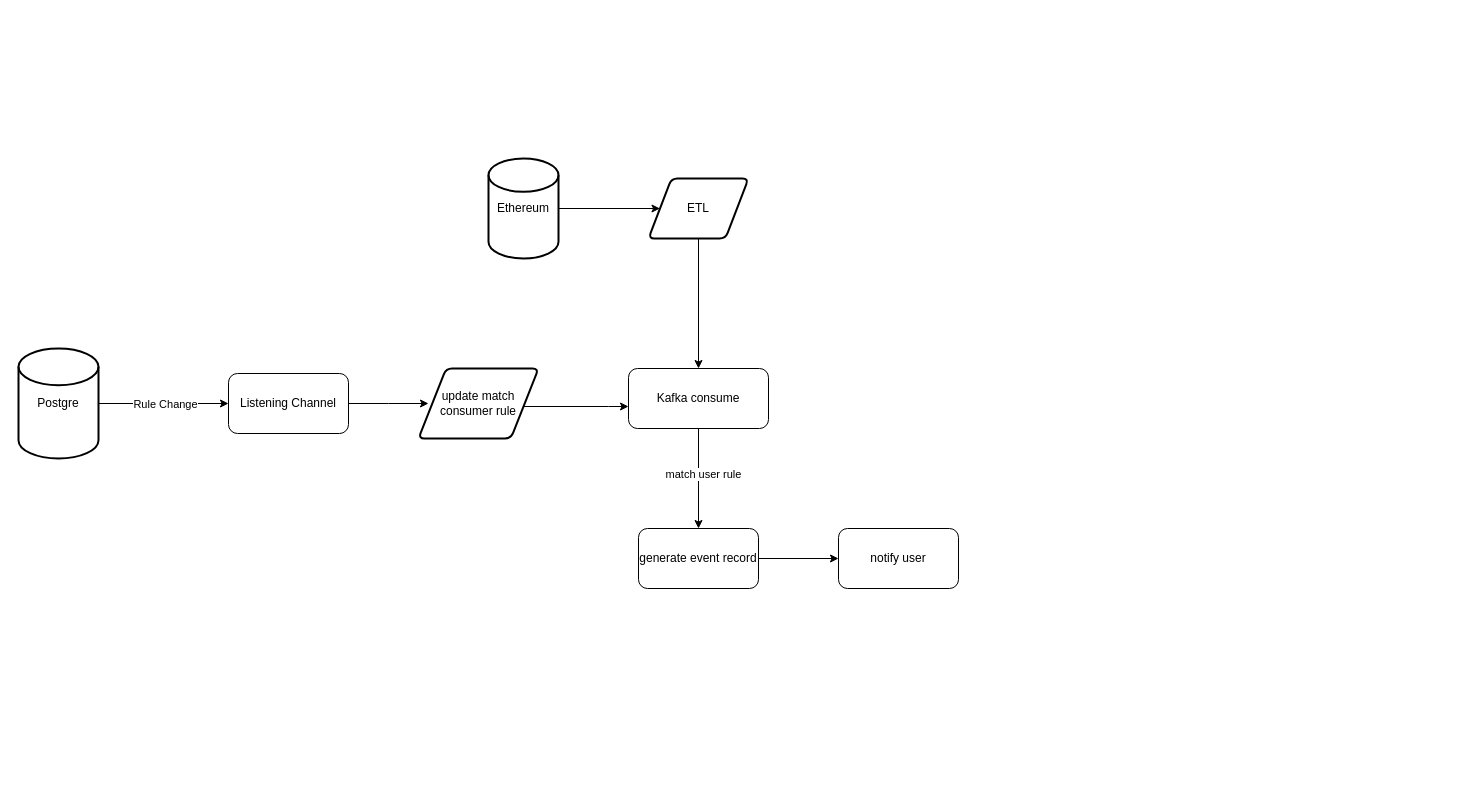
Above: event-listen.drawio in zachary-lzc/diagram (draw.io), before the change. Source tidied: cells renumbered, new cells numbered last; positions are measured from the earlier drawing's top-left corner, leaving out a move shared by most shapes. Both pictures are drawn from the tidied source at 100%, with x=0, y=0 at pixel (18, 158).
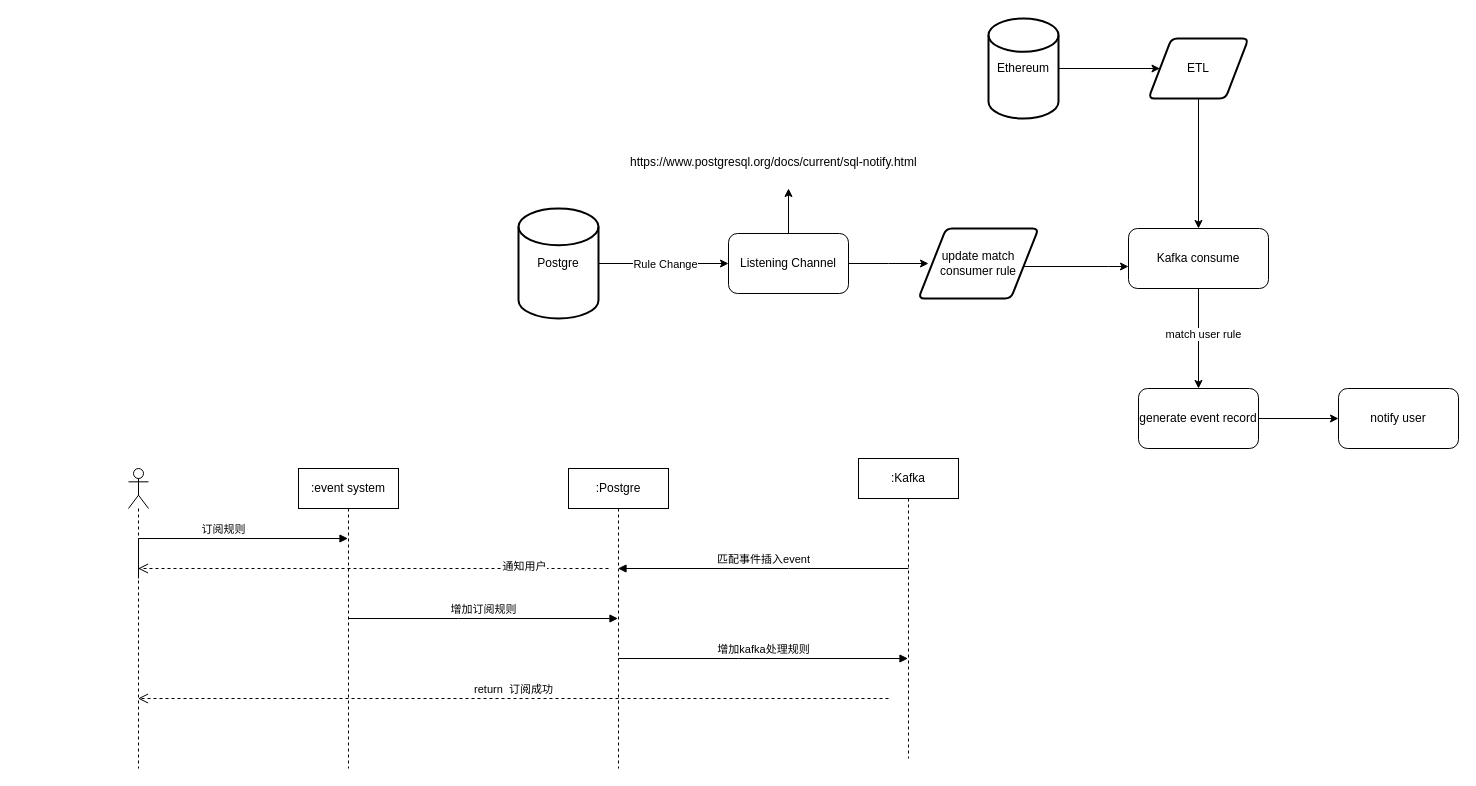
Above is the later version.

The edit, as a diff of the source:
```diff
@@
-    <mxCell id="2" style="edgeStyle=orthogonalEdgeStyle;rounded=0;jettySize=auto;html=1;exitX=1;exitY=0.5;exitDx=0;exitDy=0;exitPerimeter=0;entryX=0;entryY=0.5;entryDx=0;entryDy=0;" parent="1" edge="1" source="4" target="6">
-      <mxGeometry relative="1" as="geometry" />
-    </mxCell>
-    <mxCell id="3" value="Rule Change" style="edgeLabel;html=1;align=center;verticalAlign=middle;" parent="2" vertex="1">
-      <mxGeometry x="0.27" y="-1" relative="1" as="geometry">
-        <mxPoint x="-17" y="-1" as="offset" />
-      </mxGeometry>
-    </mxCell>
+    <mxCell id="7" style="group;" parent="1" vertex="1">
+      <mxGeometry x="470" width="760" height="190" as="geometry" />
+    </mxCell>
+    <mxCell id="20" style="group;" parent="7" vertex="1">
+      <mxGeometry x="500" y="-140" width="260" height="100" as="geometry" />
+    </mxCell>
+    <mxCell id="8" value="Ethereum" style="strokeWidth=2;html=1;shape=mxgraph.flowchart.database;whiteSpace=wrap;" parent="20" vertex="1">
+      <mxGeometry width="70" height="100" as="geometry" />
+    </mxCell>
+    <mxCell id="9" value="ETL" style="shape=parallelogram;html=1;strokeWidth=2;perimeter=parallelogramPerimeter;whiteSpace=wrap;rounded=1;arcSize=12;size=0.23;" parent="20" vertex="1">
+      <mxGeometry x="160" y="20" width="100" height="60" as="geometry" />
+    </mxCell>
+    <mxCell id="10" style="edgeStyle=orthogonalEdgeStyle;rounded=0;jettySize=auto;html=1;exitX=1;exitY=0.5;exitDx=0;exitDy=0;exitPerimeter=0;" parent="20" edge="1" source="8" target="9">
+      <mxGeometry relative="1" as="geometry" />
+    </mxCell>
+    <mxCell id="21" style="group;" parent="1" vertex="1">
+      <mxGeometry x="500" y="-10" width="940" height="300" as="geometry" />
+    </mxCell>
-    <mxCell id="4" value="Postgre" style="strokeWidth=2;html=1;shape=mxgraph.flowchart.database;whiteSpace=wrap;" parent="1" vertex="1">
-      <mxGeometry y="190" width="80" height="110" as="geometry" />
+    <mxCell id="4" value="Postgre" style="strokeWidth=2;html=1;shape=mxgraph.flowchart.database;whiteSpace=wrap;" parent="21" vertex="1">
+      <mxGeometry y="60" width="80" height="110" as="geometry" />
     </mxCell>
-    <mxCell id="5" style="edgeStyle=orthogonalEdgeStyle;rounded=0;jettySize=auto;html=1;" parent="1" edge="1" source="6">
+    <mxCell id="5" style="edgeStyle=orthogonalEdgeStyle;rounded=0;jettySize=auto;html=1;" parent="21" edge="1" source="6">
       <mxGeometry relative="1" as="geometry">
-        <mxPoint x="410" y="245" as="targetPoint" />
+        <mxPoint x="410" y="115" as="targetPoint" />
       </mxGeometry>
     </mxCell>
-    <mxCell id="6" value="Listening Channel" style="rounded=1;whiteSpace=wrap;html=1;" parent="1" vertex="1">
-      <mxGeometry x="210" y="215" width="120" height="60" as="geometry" />
+    <mxCell id="6" value="Listening Channel" style="rounded=1;whiteSpace=wrap;html=1;" parent="21" vertex="1">
+      <mxGeometry x="210" y="85" width="120" height="60" as="geometry" />
     </mxCell>
-    <mxCell id="7" style="group;" parent="1" vertex="1">
-      <mxGeometry x="470" width="760" height="190" as="geometry" />
-    </mxCell>
-    <mxCell id="8" value="Ethereum" style="strokeWidth=2;html=1;shape=mxgraph.flowchart.database;whiteSpace=wrap;" parent="7" vertex="1">
-      <mxGeometry width="70" height="100" as="geometry" />
-    </mxCell>
-    <mxCell id="9" value="ETL" style="shape=parallelogram;html=1;strokeWidth=2;perimeter=parallelogramPerimeter;whiteSpace=wrap;rounded=1;arcSize=12;size=0.23;" parent="7" vertex="1">
-      <mxGeometry x="160" y="20" width="100" height="60" as="geometry" />
-    </mxCell>
-    <mxCell id="10" style="edgeStyle=orthogonalEdgeStyle;rounded=0;jettySize=auto;html=1;exitX=1;exitY=0.5;exitDx=0;exitDy=0;exitPerimeter=0;" parent="7" edge="1" source="8" target="9">
-      <mxGeometry relative="1" as="geometry" />
-    </mxCell>
+    <mxCell id="2" style="edgeStyle=orthogonalEdgeStyle;rounded=0;jettySize=auto;html=1;exitX=1;exitY=0.5;exitDx=0;exitDy=0;exitPerimeter=0;entryX=0;entryY=0.5;entryDx=0;entryDy=0;" parent="21" edge="1" source="4" target="6">
+      <mxGeometry relative="1" as="geometry" />
+    </mxCell>
+    <mxCell id="3" value="Rule Change" style="edgeLabel;html=1;align=center;verticalAlign=middle;" parent="2" vertex="1">
+      <mxGeometry x="0.27" y="-1" relative="1" as="geometry">
+        <mxPoint x="-17" y="-1" as="offset" />
+      </mxGeometry>
+    </mxCell>
+    <mxCell id="13" value="Kafka consume" style="rounded=1;whiteSpace=wrap;html=1;" parent="21" vertex="1">
+      <mxGeometry x="610" y="80" width="140" height="60" as="geometry" />
+    </mxCell>
+    <mxCell id="16" value="generate event record" style="rounded=1;whiteSpace=wrap;html=1;" parent="21" vertex="1">
+      <mxGeometry x="620" y="240" width="120" height="60" as="geometry" />
+    </mxCell>
-    <mxCell id="11" style="edgeStyle=orthogonalEdgeStyle;rounded=0;jettySize=auto;html=1;exitX=0.5;exitY=1;exitDx=0;exitDy=0;entryX=0.5;entryY=0;entryDx=0;entryDy=0;" parent="1" edge="1" source="13" target="16">
+    <mxCell id="11" style="edgeStyle=orthogonalEdgeStyle;rounded=0;jettySize=auto;html=1;exitX=0.5;exitY=1;exitDx=0;exitDy=0;entryX=0.5;entryY=0;entryDx=0;entryDy=0;" parent="21" edge="1" source="13" target="16">
       <mxGeometry relative="1" as="geometry" />
     </mxCell>
@@
-    <mxCell id="13" value="Kafka consume" style="rounded=1;whiteSpace=wrap;html=1;" parent="1" vertex="1">
-      <mxGeometry x="610" y="210" width="140" height="60" as="geometry" />
-    </mxCell>
-    <mxCell id="14" style="edgeStyle=orthogonalEdgeStyle;rounded=0;jettySize=auto;html=1;exitX=0.5;exitY=1;exitDx=0;exitDy=0;entryX=0.5;entryY=0;entryDx=0;entryDy=0;" parent="1" edge="1" source="9" target="13">
-      <mxGeometry relative="1" as="geometry" />
-    </mxCell>
-    <mxCell id="15" style="edgeStyle=orthogonalEdgeStyle;rounded=0;jettySize=auto;html=1;" parent="1" edge="1" source="16" target="19">
-      <mxGeometry relative="1" as="geometry" />
-    </mxCell>
-    <mxCell id="16" value="generate event record" style="rounded=1;whiteSpace=wrap;html=1;" parent="1" vertex="1">
-      <mxGeometry x="620" y="370" width="120" height="60" as="geometry" />
-    </mxCell>
-    <mxCell id="17" style="edgeStyle=orthogonalEdgeStyle;rounded=0;jettySize=auto;html=1;" parent="1" edge="1" source="18" target="13">
+    <mxCell id="17" style="edgeStyle=orthogonalEdgeStyle;rounded=0;jettySize=auto;html=1;" parent="21" edge="1" source="18" target="13">
       <mxGeometry relative="1" as="geometry">
         <Array as="points">
-          <mxPoint x="590" y="248" />
-          <mxPoint x="590" y="248" />
+          <mxPoint x="590" y="118" />
+          <mxPoint x="590" y="118" />
         </Array>
       </mxGeometry>
     </mxCell>
-    <mxCell id="18" value="update match&lt;br style=&quot;border-color: var(--border-color);&quot;&gt;consumer rule" style="shape=parallelogram;html=1;strokeWidth=2;perimeter=parallelogramPerimeter;whiteSpace=wrap;rounded=1;arcSize=12;size=0.23;" parent="1" vertex="1">
-      <mxGeometry x="400" y="210" width="120" height="70" as="geometry" />
+    <mxCell id="18" value="update match&lt;br style=&quot;border-color: var(--border-color);&quot;&gt;consumer rule" style="shape=parallelogram;html=1;strokeWidth=2;perimeter=parallelogramPerimeter;whiteSpace=wrap;rounded=1;arcSize=12;size=0.23;" parent="21" vertex="1">
+      <mxGeometry x="400" y="80" width="120" height="70" as="geometry" />
     </mxCell>
-    <mxCell id="19" value="notify user" style="whiteSpace=wrap;html=1;rounded=1;" parent="1" vertex="1">
-      <mxGeometry x="820" y="370" width="120" height="60" as="geometry" />
+    <mxCell id="19" value="notify user" style="whiteSpace=wrap;html=1;rounded=1;" parent="21" vertex="1">
+      <mxGeometry x="820" y="240" width="120" height="60" as="geometry" />
     </mxCell>
+    <mxCell id="15" style="edgeStyle=orthogonalEdgeStyle;rounded=0;jettySize=auto;html=1;" parent="21" edge="1" source="16" target="19">
+      <mxGeometry relative="1" as="geometry" />
+    </mxCell>
+    <mxCell id="22" value="https://www.postgresql.org/docs/current/sql-notify.html" style="text;whiteSpace=wrap;html=1;" parent="21" vertex="1">
+      <mxGeometry x="110" width="320" height="40" as="geometry" />
+    </mxCell>
+    <mxCell id="23" style="edgeStyle=orthogonalEdgeStyle;rounded=0;jettySize=auto;html=1;exitX=0.5;exitY=0;exitDx=0;exitDy=0;" parent="21" edge="1" source="6" target="22">
+      <mxGeometry relative="1" as="geometry" />
+    </mxCell>
+    <mxCell id="14" style="edgeStyle=orthogonalEdgeStyle;rounded=0;jettySize=auto;html=1;exitX=0.5;exitY=1;exitDx=0;exitDy=0;entryX=0.5;entryY=0;entryDx=0;entryDy=0;" parent="1" edge="1" source="9" target="13">
+      <mxGeometry relative="1" as="geometry" />
+    </mxCell>
+    <mxCell id="24" value=":event system" style="shape=umlLifeline;perimeter=lifelinePerimeter;whiteSpace=wrap;html=1;outlineConnect=0;portConstraint=eastwest;newEdgeStyle={&quot;edgeStyle&quot;:&quot;elbowEdgeStyle&quot;,&quot;elbow&quot;:&quot;vertical&quot;,&quot;curved&quot;:0,&quot;rounded&quot;:0};" parent="1" vertex="1">
+      <mxGeometry x="280" y="310" width="100" height="300" as="geometry" />
+    </mxCell>
+    <mxCell id="25" value=":Postgre" style="shape=umlLifeline;perimeter=lifelinePerimeter;whiteSpace=wrap;html=1;outlineConnect=0;portConstraint=eastwest;newEdgeStyle={&quot;edgeStyle&quot;:&quot;elbowEdgeStyle&quot;,&quot;elbow&quot;:&quot;vertical&quot;,&quot;curved&quot;:0,&quot;rounded&quot;:0};" parent="1" vertex="1">
+      <mxGeometry x="550" y="310" width="100" height="300" as="geometry" />
+    </mxCell>
+    <mxCell id="26" style="shape=umlLifeline;perimeter=lifelinePerimeter;whiteSpace=wrap;html=1;outlineConnect=0;portConstraint=eastwest;newEdgeStyle={&quot;edgeStyle&quot;:&quot;elbowEdgeStyle&quot;,&quot;elbow&quot;:&quot;vertical&quot;,&quot;curved&quot;:0,&quot;rounded&quot;:0};participant=umlActor;" parent="1" vertex="1">
+      <mxGeometry x="110" y="310" width="20" height="300" as="geometry" />
+    </mxCell>
+    <mxCell id="27" value="订阅规则" style="html=1;verticalAlign=bottom;endArrow=block;edgeStyle=elbowEdgeStyle;elbow=vertical;curved=0;rounded=0;" parent="1" edge="1" target="24">
+      <mxGeometry relative="1" as="geometry">
+        <mxPoint x="120" y="420" as="sourcePoint" />
+        <Array as="points">
+          <mxPoint x="220" y="380" />
+        </Array>
+      </mxGeometry>
+    </mxCell>
+    <mxCell id="28" value="增加订阅规则" style="html=1;verticalAlign=bottom;endArrow=block;edgeStyle=elbowEdgeStyle;elbow=vertical;curved=0;rounded=0;" parent="1" edge="1" target="25">
+      <mxGeometry relative="1" as="geometry">
+        <mxPoint x="330" y="460" as="sourcePoint" />
+      </mxGeometry>
+    </mxCell>
+    <mxCell id="29" value=":Kafka" style="shape=umlLifeline;perimeter=lifelinePerimeter;whiteSpace=wrap;html=1;outlineConnect=0;portConstraint=eastwest;newEdgeStyle={&quot;edgeStyle&quot;:&quot;elbowEdgeStyle&quot;,&quot;elbow&quot;:&quot;vertical&quot;,&quot;curved&quot;:0,&quot;rounded&quot;:0};" parent="1" vertex="1">
+      <mxGeometry x="840" y="300" width="100" height="300" as="geometry" />
+    </mxCell>
+    <mxCell id="30" value="增加kafka处理规则" style="html=1;verticalAlign=bottom;endArrow=block;edgeStyle=elbowEdgeStyle;elbow=vertical;curved=0;rounded=0;" parent="1" edge="1" target="29">
+      <mxGeometry relative="1" as="geometry">
+        <mxPoint x="600" y="500" as="sourcePoint" />
+      </mxGeometry>
+    </mxCell>
+    <mxCell id="31" value="return&amp;nbsp; 订阅成功" style="html=1;verticalAlign=bottom;endArrow=open;dashed=1;endSize=8;edgeStyle=elbowEdgeStyle;elbow=vertical;curved=0;rounded=0;" parent="1" edge="1" target="26">
+      <mxGeometry relative="1" as="geometry">
+        <mxPoint x="870" y="540" as="sourcePoint" />
+      </mxGeometry>
+    </mxCell>
+    <mxCell id="32" value="匹配事件插入event" style="html=1;verticalAlign=bottom;endArrow=block;edgeStyle=elbowEdgeStyle;elbow=vertical;curved=0;rounded=0;" parent="1" edge="1" target="25">
+      <mxGeometry relative="1" as="geometry">
+        <mxPoint x="890" y="410" as="sourcePoint" />
+      </mxGeometry>
+    </mxCell>
+    <mxCell id="33" style="html=1;verticalAlign=bottom;endArrow=open;dashed=1;endSize=8;edgeStyle=elbowEdgeStyle;elbow=vertical;curved=0;rounded=0;" parent="1" edge="1" target="26">
+      <mxGeometry relative="1" as="geometry">
+        <mxPoint x="590" y="410" as="sourcePoint" />
+      </mxGeometry>
+    </mxCell>
+    <mxCell id="34" value="通知用户" style="edgeLabel;html=1;align=center;verticalAlign=middle;" parent="33" vertex="1">
+      <mxGeometry x="-0.64" y="-3" relative="1" as="geometry" />
+    </mxCell>
```
